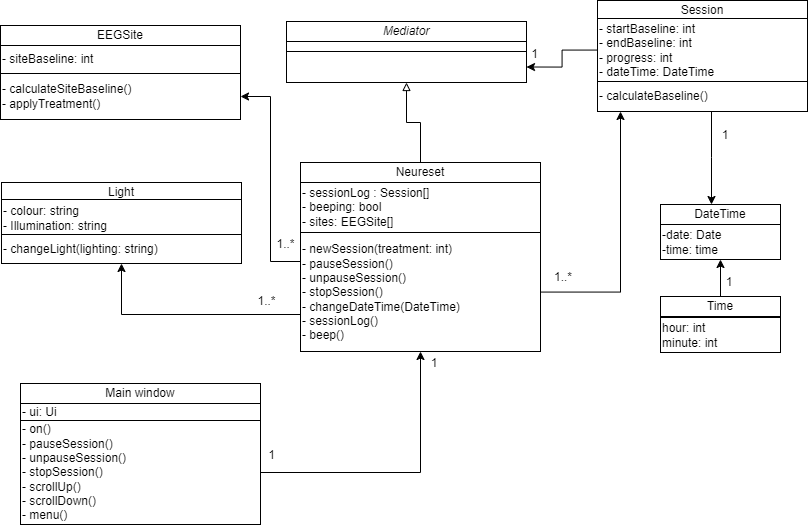
Before: Diagrams/NeuresetUML.png, a diagram exported from draw.io (SaiPaladugu/neureset-comp3004). Source tidied: cells renumbered, new cells last; positions are measured from the earlier drawing's top-left corner, leaving out a move shared by most shapes.
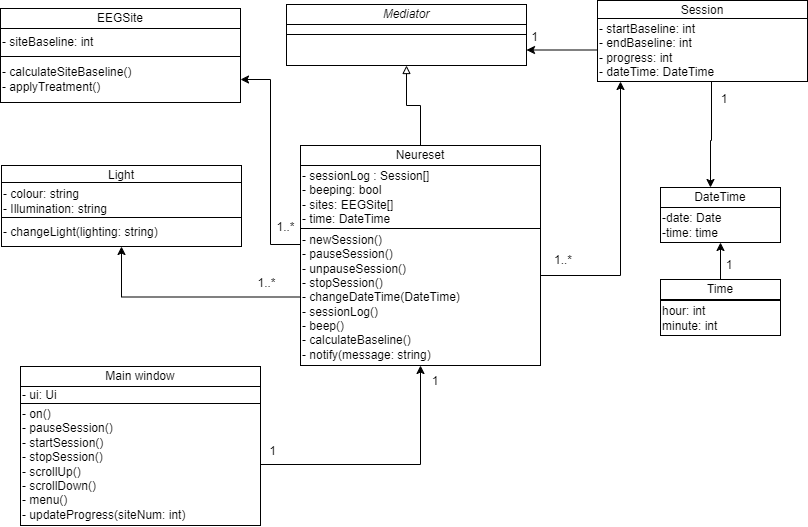
After the change.

Commit message:
UML class changes

- Added more functions + restructuring

Change to the diagram source:
```diff
@@ -9,15 +9,15 @@
       <mxGeometry x="660" y="224" width="120" height="35" as="geometry" />
     </mxCell>
     <mxCell id="4" value="Session" style="rounded=0;whiteSpace=wrap;html=1;" parent="1" vertex="1">
-      <mxGeometry x="597" width="210" height="20" as="geometry" />
+      <mxGeometry x="597" y="17" width="210" height="20" as="geometry" />
     </mxCell>
     <mxCell id="5" style="edgeStyle=orthogonalEdgeStyle;rounded=0;jettySize=auto;html=1;entryX=1;entryY=0.5;entryDx=0;entryDy=0;" parent="1" edge="1" source="6" target="21">
       <mxGeometry relative="1" as="geometry" />
     </mxCell>
     <mxCell id="6" value="&lt;div style=&quot;&quot;&gt;- startBaseline: int&lt;br&gt;- endBaseline: int&lt;br&gt;- progress: int&lt;br&gt;- dateTime: DateTime&lt;/div&gt;&lt;span id=&quot;docs-internal-guid-68782151-7fff-3128-4f7a-dbfb32c3a9ff&quot;&gt;&lt;/span&gt;" style="rounded=0;whiteSpace=wrap;html=1;align=left;" parent="1" vertex="1">
-      <mxGeometry x="597" y="18" width="210" height="63" as="geometry" />
+      <mxGeometry x="597" y="35" width="210" height="63" as="geometry" />
     </mxCell>
-    <mxCell id="7" style="edgeStyle=orthogonalEdgeStyle;rounded=0;jettySize=auto;html=1;endArrow=classic;endFill=1;" parent="1" edge="1" source="8" target="2">
+    <mxCell id="7" style="edgeStyle=orthogonalEdgeStyle;rounded=0;jettySize=auto;html=1;endArrow=classic;endFill=1;" parent="1" edge="1" source="6" target="2">
       <mxGeometry relative="1" as="geometry">
         <Array as="points">
           <mxPoint x="711" y="157" />
@@ -25,17 +25,14 @@
         </Array>
       </mxGeometry>
     </mxCell>
-    <mxCell id="8" value="- calculateBaseline()" style="rounded=0;whiteSpace=wrap;html=1;align=left;" parent="1" vertex="1">
-      <mxGeometry x="597" y="81" width="210" height="30" as="geometry" />
-    </mxCell>
     <mxCell id="9" style="edgeStyle=orthogonalEdgeStyle;rounded=0;jettySize=auto;html=1;endArrow=block;endFill=0;" parent="1" edge="1" source="10" target="21">
       <mxGeometry relative="1" as="geometry" />
     </mxCell>
     <mxCell id="10" value="Neureset" style="rounded=0;whiteSpace=wrap;html=1;" parent="1" vertex="1">
       <mxGeometry x="300" y="162" width="240" height="20" as="geometry" />
     </mxCell>
-    <mxCell id="11" value="&lt;div style=&quot;&quot;&gt;- sessionLog : Session[]&lt;/div&gt;&lt;div style=&quot;&quot;&gt;- beeping: bool&lt;/div&gt;&lt;div style=&quot;&quot;&gt;- sites: EEGSite[]&lt;/div&gt;&lt;span id=&quot;docs-internal-guid-68782151-7fff-3128-4f7a-dbfb32c3a9ff&quot;&gt;&lt;/span&gt;" style="rounded=0;whiteSpace=wrap;html=1;align=left;" parent="1" vertex="1">
-      <mxGeometry x="300" y="182" width="240" height="50" as="geometry" />
+    <mxCell id="11" value="&lt;div style=&quot;&quot;&gt;- sessionLog : Session[]&lt;/div&gt;&lt;div style=&quot;&quot;&gt;- beeping: bool&lt;/div&gt;&lt;div style=&quot;&quot;&gt;- sites: EEGSite[]&lt;br&gt;- time: DateTime&lt;/div&gt;&lt;span id=&quot;docs-internal-guid-68782151-7fff-3128-4f7a-dbfb32c3a9ff&quot;&gt;&lt;/span&gt;" style="rounded=0;whiteSpace=wrap;html=1;align=left;" parent="1" vertex="1">
+      <mxGeometry x="300" y="182" width="240" height="63" as="geometry" />
     </mxCell>
     <mxCell id="12" style="edgeStyle=orthogonalEdgeStyle;rounded=0;jettySize=auto;html=1;" parent="1" edge="1" source="15" target="37">
       <mxGeometry relative="1" as="geometry">
@@ -52,15 +49,15 @@
         </Array>
       </mxGeometry>
     </mxCell>
-    <mxCell id="14" style="edgeStyle=orthogonalEdgeStyle;rounded=0;jettySize=auto;html=1;" parent="1" edge="1" source="15" target="8">
+    <mxCell id="14" style="edgeStyle=orthogonalEdgeStyle;rounded=0;jettySize=auto;html=1;" parent="1" edge="1" source="15" target="6">
       <mxGeometry relative="1" as="geometry">
         <Array as="points">
           <mxPoint x="620" y="292" />
         </Array>
       </mxGeometry>
     </mxCell>
-    <mxCell id="15" value="- newSession(treatment: int)&lt;br&gt;- pauseSession()&lt;div&gt;- unpauseSession()&lt;br&gt;- stopSession()&lt;br&gt;- changeDateTime(DateTime)&lt;br&gt;- sessionLog()&lt;br&gt;- beep()&lt;/div&gt;" style="rounded=0;whiteSpace=wrap;html=1;align=left;" parent="1" vertex="1">
-      <mxGeometry x="300" y="232" width="240" height="119" as="geometry" />
+    <mxCell id="15" value="- newSession()&lt;br&gt;- pauseSession()&lt;div&gt;- unpauseSession()&lt;br&gt;- stopSession()&lt;br&gt;- changeDateTime(DateTime)&lt;br&gt;- sessionLog()&lt;br&gt;- beep()&lt;br&gt;-&amp;nbsp;&lt;span style=&quot;background-color: initial;&quot;&gt;calculateBaseline()&lt;/span&gt;&lt;/div&gt;&lt;div&gt;&lt;span style=&quot;background-color: initial;&quot;&gt;- notify(message: string)&lt;/span&gt;&lt;/div&gt;" style="rounded=0;whiteSpace=wrap;html=1;align=left;" parent="1" vertex="1">
+      <mxGeometry x="300" y="245" width="240" height="137" as="geometry" />
     </mxCell>
     <mxCell id="16" value="1" style="text;strokeColor=none;align=center;fillColor=none;html=1;verticalAlign=middle;whiteSpace=wrap;rounded=0;" parent="1" vertex="1">
       <mxGeometry x="504" y="36" width="61" height="35" as="geometry" />
@@ -69,7 +66,7 @@
       <mxGeometry x="533" y="262" width="60" height="30" as="geometry" />
     </mxCell>
     <mxCell id="18" value="1" style="text;strokeColor=none;align=center;fillColor=none;html=1;verticalAlign=middle;whiteSpace=wrap;rounded=0;" parent="1" vertex="1">
-      <mxGeometry x="695" y="120" width="60" height="30" as="geometry" />
+      <mxGeometry x="694" y="101" width="60" height="30" as="geometry" />
     </mxCell>
     <mxCell id="19" value="&lt;i&gt;Mediator&lt;/i&gt;" style="rounded=0;whiteSpace=wrap;html=1;" parent="1" vertex="1">
       <mxGeometry x="286" y="21" width="240" height="20" as="geometry" />
@@ -81,7 +78,7 @@
       <mxGeometry x="286" y="51" width="240" height="31" as="geometry" />
     </mxCell>
     <mxCell id="22" value="1" style="text;strokeColor=none;align=center;fillColor=none;html=1;verticalAlign=middle;whiteSpace=wrap;rounded=0;" parent="1" vertex="1">
-      <mxGeometry x="241" y="437" width="61" height="35" as="geometry" />
+      <mxGeometry x="242" y="450" width="61" height="35" as="geometry" />
     </mxCell>
     <mxCell id="23" value="Main window" style="rounded=0;whiteSpace=wrap;html=1;" parent="1" vertex="1">
       <mxGeometry x="20" y="383" width="240" height="20" as="geometry" />
@@ -92,11 +89,11 @@
     <mxCell id="25" style="edgeStyle=orthogonalEdgeStyle;rounded=0;jettySize=auto;html=1;" parent="1" edge="1" source="26" target="15">
       <mxGeometry relative="1" as="geometry" />
     </mxCell>
-    <mxCell id="26" value="- on()&lt;div&gt;- pauseSession()&lt;br&gt;- unpauseSession()&lt;/div&gt;&lt;div&gt;- stopSession()&lt;/div&gt;&lt;div&gt;- scrollUp()&lt;/div&gt;&lt;div&gt;- scrollDown()&lt;/div&gt;&lt;div&gt;- menu()&lt;/div&gt;" style="rounded=0;whiteSpace=wrap;html=1;align=left;" parent="1" vertex="1">
-      <mxGeometry x="20" y="420" width="240" height="104" as="geometry" />
+    <mxCell id="26" value="- on()&lt;div&gt;- pauseSession()&lt;br&gt;- startSession()&lt;/div&gt;&lt;div&gt;- stopSession()&lt;/div&gt;&lt;div&gt;- scrollUp()&lt;/div&gt;&lt;div&gt;- scrollDown()&lt;/div&gt;&lt;div&gt;- menu()&lt;/div&gt;&lt;div&gt;- updateProgress(siteNum: int)&lt;/div&gt;" style="rounded=0;whiteSpace=wrap;html=1;align=left;" parent="1" vertex="1">
+      <mxGeometry x="20" y="420" width="240" height="122" as="geometry" />
     </mxCell>
     <mxCell id="27" value="1" style="text;strokeColor=none;align=center;fillColor=none;html=1;verticalAlign=middle;whiteSpace=wrap;rounded=0;" parent="1" vertex="1">
-      <mxGeometry x="404" y="348" width="60" height="30" as="geometry" />
+      <mxGeometry x="405" y="383" width="60" height="30" as="geometry" />
     </mxCell>
     <mxCell id="28" value="hour: int&lt;br&gt;minute: int" style="rounded=0;whiteSpace=wrap;html=1;align=left;" parent="1" vertex="1">
       <mxGeometry x="660" y="317" width="120" height="35" as="geometry" />
```
